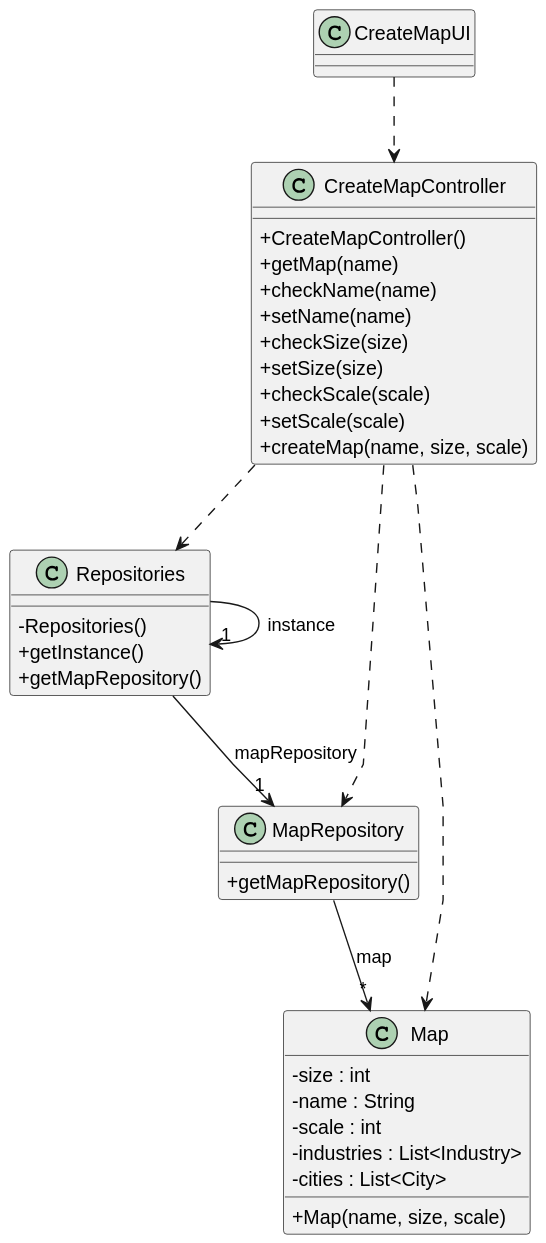
1240935/pi2-railway-simulator keeps this PlantUML diagram as Sprint3/US001/03.design/svg/US001-CD.svg. Above is the earlier version.
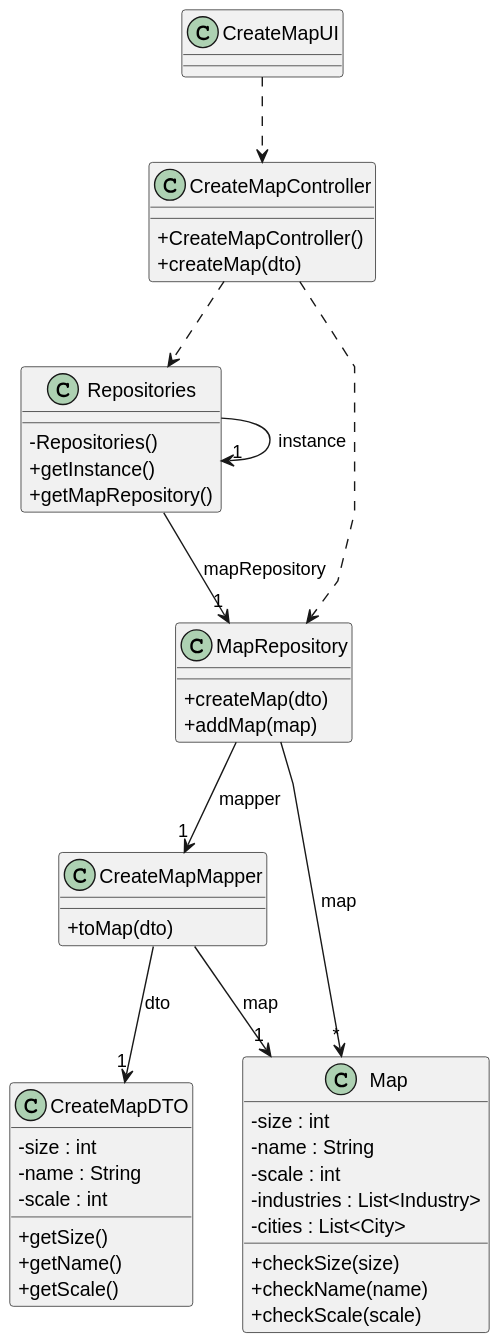
After the commit.

Change to the diagram source:
```diff
@@ -13,18 +13,25 @@
 
 class CreateMapController {
   +CreateMapController()
-  +getMap(name)
-  +checkName(name)
-  +setName(name)
-  +checkSize(size)
-  +setSize(size)
-  +checkScale(scale)
-  +setScale(scale)
-  +createMap(name, size, scale)
+  +createMap(dto)
+}
+
+class CreateMapDTO {
+    - size : int
+    - name : String
+    - scale : int
+    + getSize()
+    + getName()
+    + getScale()
+}
+
+class CreateMapMapper {
+    + toMap(dto)
 }
 
 class MapRepository {
-   +getMapRepository()
+    + createMap(dto)
+    + addMap(map)
 }
 
 class Repositories {
@@ -39,15 +46,19 @@
   - scale : int
   - industries : List<Industry>
   - cities : List<City>
-  + Map(name, size, scale)
-
+  + checkSize(size)
+  + checkName(name)
+  + checkScale(scale)
 }
 
 CreateMapUI ..> CreateMapController
+
+CreateMapController ..> MapRepository
 CreateMapController ..> Repositories
-CreateMapController ..> MapRepository
-CreateMapController ..> Map
-MapRepository --> "*" Map : map
+CreateMapMapper --> "1" CreateMapDTO: dto
+CreateMapMapper --> "1" Map : map
+MapRepository --> "1" CreateMapMapper: mapper
+MapRepository --> "*" Map: map
 Repositories --> "1" MapRepository : mapRepository
 Repositories -> "1" Repositories : instance
 @enduml
```
